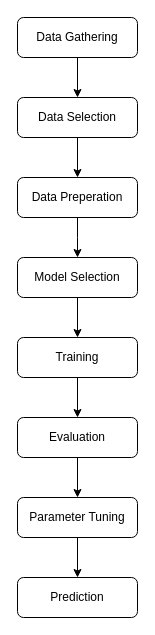
Above: datasets/Untitled Diagram.drawio in tabishqidwai98/FuelEco (draw.io), before the change. Source tidied: cells renumbered, new cells numbered last; positions are measured from the earlier drawing's top-left corner, leaving out a move shared by most shapes. Both pictures are drawn from the tidied source at 100%, with x=0, y=0 at pixel (17, 17).
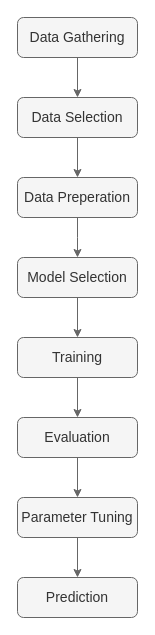
After the change.

The edit, as a diff of the source:
```diff
@@
 <mxGraphModel>
   <root>
     <mxCell id="0" />
     <mxCell id="1" parent="0" />
-    <mxCell id="2" style="edgeStyle=orthogonalEdgeStyle;rounded=0;jettySize=auto;html=1;exitX=0.5;exitY=1;exitDx=0;exitDy=0;" parent="1" edge="1" source="3" target="5">
+    <mxCell id="2" style="edgeStyle=orthogonalEdgeStyle;rounded=0;jettySize=auto;html=1;exitX=0.5;exitY=1;exitDx=0;exitDy=0;fillColor=#f5f5f5;strokeColor=#666666;" parent="1" edge="1" source="3" target="5">
       <mxGeometry relative="1" as="geometry">
         <Array as="points">
           <mxPoint x="60" y="40" />
         </Array>
       </mxGeometry>
     </mxCell>
-    <mxCell id="3" value="Data Gathering" style="rounded=1;whiteSpace=wrap;html=1;fontSize=12;glass=0;strokeWidth=1;shadow=0;" parent="1" vertex="1">
+    <mxCell id="3" value="&lt;font style=&quot;font-size: 14px&quot;&gt;Data Gathering&lt;/font&gt;" style="rounded=1;whiteSpace=wrap;html=1;fontSize=12;glass=0;strokeWidth=1;shadow=0;fillColor=#f5f5f5;strokeColor=#666666;fontColor=#333333;" parent="1" vertex="1">
       <mxGeometry width="120" height="40" as="geometry" />
     </mxCell>
-    <mxCell id="4" style="edgeStyle=orthogonalEdgeStyle;rounded=0;jettySize=auto;html=1;exitX=0.5;exitY=1;exitDx=0;exitDy=0;entryX=0.5;entryY=0;entryDx=0;entryDy=0;" parent="1" edge="1" source="5" target="7">
+    <mxCell id="4" style="edgeStyle=orthogonalEdgeStyle;rounded=0;jettySize=auto;html=1;exitX=0.5;exitY=1;exitDx=0;exitDy=0;entryX=0.5;entryY=0;entryDx=0;entryDy=0;fillColor=#f5f5f5;strokeColor=#666666;" parent="1" edge="1" source="5" target="7">
       <mxGeometry relative="1" as="geometry" />
     </mxCell>
-    <mxCell id="5" value="Data Selection" style="rounded=1;whiteSpace=wrap;html=1;fontSize=12;glass=0;strokeWidth=1;shadow=0;" parent="1" vertex="1">
+    <mxCell id="5" value="&lt;font style=&quot;font-size: 14px&quot;&gt;Data Selection&lt;/font&gt;" style="rounded=1;whiteSpace=wrap;html=1;fontSize=12;glass=0;strokeWidth=1;shadow=0;fillColor=#f5f5f5;strokeColor=#666666;fontColor=#333333;" parent="1" vertex="1">
       <mxGeometry y="80" width="120" height="40" as="geometry" />
     </mxCell>
-    <mxCell id="6" style="edgeStyle=orthogonalEdgeStyle;rounded=0;jettySize=auto;html=1;exitX=0.5;exitY=1;exitDx=0;exitDy=0;" parent="1" edge="1" source="7">
+    <mxCell id="6" style="edgeStyle=orthogonalEdgeStyle;rounded=0;jettySize=auto;html=1;exitX=0.5;exitY=1;exitDx=0;exitDy=0;fillColor=#f5f5f5;strokeColor=#666666;" parent="1" edge="1" source="7">
       <mxGeometry relative="1" as="geometry">
         <mxPoint x="60" y="240" as="targetPoint" />
       </mxGeometry>
     </mxCell>
-    <mxCell id="7" value="Data Preperation" style="rounded=1;whiteSpace=wrap;html=1;fontSize=12;glass=0;strokeWidth=1;shadow=0;" parent="1" vertex="1">
+    <mxCell id="7" value="&lt;font style=&quot;font-size: 14px&quot;&gt;Data Preperation&lt;/font&gt;" style="rounded=1;whiteSpace=wrap;html=1;fontSize=12;glass=0;strokeWidth=1;shadow=0;fillColor=#f5f5f5;strokeColor=#666666;fontColor=#333333;" parent="1" vertex="1">
       <mxGeometry y="160" width="120" height="40" as="geometry" />
     </mxCell>
-    <mxCell id="8" value="Prediction" style="rounded=1;whiteSpace=wrap;html=1;fontSize=12;glass=0;strokeWidth=1;shadow=0;" parent="1" vertex="1">
+    <mxCell id="8" value="&lt;font style=&quot;font-size: 14px&quot;&gt;Prediction&lt;/font&gt;" style="rounded=1;whiteSpace=wrap;html=1;fontSize=12;glass=0;strokeWidth=1;shadow=0;fillColor=#f5f5f5;strokeColor=#666666;fontColor=#333333;" parent="1" vertex="1">
       <mxGeometry y="560" width="120" height="40" as="geometry" />
     </mxCell>
-    <mxCell id="9" value="Model Selection" style="rounded=1;whiteSpace=wrap;html=1;fontSize=12;glass=0;strokeWidth=1;shadow=0;" parent="1" vertex="1">
+    <mxCell id="9" value="&lt;font style=&quot;font-size: 14px&quot;&gt;Model Selection&lt;/font&gt;" style="rounded=1;whiteSpace=wrap;html=1;fontSize=12;glass=0;strokeWidth=1;shadow=0;fillColor=#f5f5f5;strokeColor=#666666;fontColor=#333333;" parent="1" vertex="1">
       <mxGeometry y="240" width="120" height="40" as="geometry" />
     </mxCell>
-    <mxCell id="10" value="Parameter Tuning" style="rounded=1;whiteSpace=wrap;html=1;fontSize=12;glass=0;strokeWidth=1;shadow=0;" parent="1" vertex="1">
+    <mxCell id="10" value="&lt;font style=&quot;font-size: 14px&quot;&gt;Parameter Tuning&lt;/font&gt;" style="rounded=1;whiteSpace=wrap;html=1;fontSize=12;glass=0;strokeWidth=1;shadow=0;fillColor=#f5f5f5;strokeColor=#666666;fontColor=#333333;" parent="1" vertex="1">
       <mxGeometry y="480" width="120" height="40" as="geometry" />
     </mxCell>
-    <mxCell id="11" value="Evaluation" style="rounded=1;whiteSpace=wrap;html=1;fontSize=12;glass=0;strokeWidth=1;shadow=0;" parent="1" vertex="1">
+    <mxCell id="11" value="&lt;font style=&quot;font-size: 14px&quot;&gt;Evaluation&lt;/font&gt;" style="rounded=1;whiteSpace=wrap;html=1;fontSize=12;glass=0;strokeWidth=1;shadow=0;fillColor=#f5f5f5;strokeColor=#666666;fontColor=#333333;" parent="1" vertex="1">
       <mxGeometry y="400" width="120" height="40" as="geometry" />
     </mxCell>
-    <mxCell id="12" value="Training" style="rounded=1;whiteSpace=wrap;html=1;fontSize=12;glass=0;strokeWidth=1;shadow=0;" parent="1" vertex="1">
+    <mxCell id="12" value="&lt;font style=&quot;font-size: 14px&quot;&gt;Training&lt;/font&gt;" style="rounded=1;whiteSpace=wrap;html=1;fontSize=12;glass=0;strokeWidth=1;shadow=0;fillColor=#f5f5f5;strokeColor=#666666;fontColor=#333333;" parent="1" vertex="1">
       <mxGeometry y="320" width="120" height="40" as="geometry" />
     </mxCell>
-    <mxCell id="13" style="endArrow=classic;html=1;shadow=0;labelBackgroundColor=none;strokeWidth=1;exitX=0.5;exitY=1;exitDx=0;exitDy=0;entryX=0.5;entryY=0;entryDx=0;entryDy=0;" parent="1" edge="1" source="11" target="10">
+    <mxCell id="13" style="endArrow=classic;html=1;shadow=0;labelBackgroundColor=none;strokeWidth=1;exitX=0.5;exitY=1;exitDx=0;exitDy=0;entryX=0.5;entryY=0;entryDx=0;entryDy=0;fillColor=#f5f5f5;strokeColor=#666666;" parent="1" edge="1" source="11" target="10">
       <mxGeometry relative="1" as="geometry" />
     </mxCell>
-    <mxCell id="14" style="endArrow=classic;html=1;shadow=0;labelBackgroundColor=none;strokeWidth=1;entryX=0.5;entryY=0;entryDx=0;entryDy=0;" parent="1" edge="1" target="11">
+    <mxCell id="14" style="endArrow=classic;html=1;shadow=0;labelBackgroundColor=none;strokeWidth=1;entryX=0.5;entryY=0;entryDx=0;entryDy=0;fillColor=#f5f5f5;strokeColor=#666666;" parent="1" edge="1" target="11">
       <mxGeometry relative="1" as="geometry">
         <mxPoint x="60" y="360" as="sourcePoint" />
       </mxGeometry>
     </mxCell>
-    <mxCell id="15" style="endArrow=classic;html=1;shadow=0;labelBackgroundColor=none;strokeWidth=1;exitX=0.5;exitY=1;exitDx=0;exitDy=0;" parent="1" edge="1" source="9" target="12">
+    <mxCell id="15" style="endArrow=classic;html=1;shadow=0;labelBackgroundColor=none;strokeWidth=1;exitX=0.5;exitY=1;exitDx=0;exitDy=0;fillColor=#f5f5f5;strokeColor=#666666;" parent="1" edge="1" source="9" target="12">
       <mxGeometry relative="1" as="geometry" />
     </mxCell>
-    <mxCell id="16" style="endArrow=classic;html=1;shadow=0;labelBackgroundColor=none;strokeWidth=1;exitX=0.5;exitY=1;exitDx=0;exitDy=0;entryX=0.5;entryY=0;entryDx=0;entryDy=0;" parent="1" edge="1" source="10" target="8">
+    <mxCell id="16" style="endArrow=classic;html=1;shadow=0;labelBackgroundColor=none;strokeWidth=1;exitX=0.5;exitY=1;exitDx=0;exitDy=0;entryX=0.5;entryY=0;entryDx=0;entryDy=0;fillColor=#f5f5f5;strokeColor=#666666;" parent="1" edge="1" source="10" target="8">
       <mxGeometry relative="1" as="geometry" />
     </mxCell>
   </root>
 </mxGraphModel>
```
